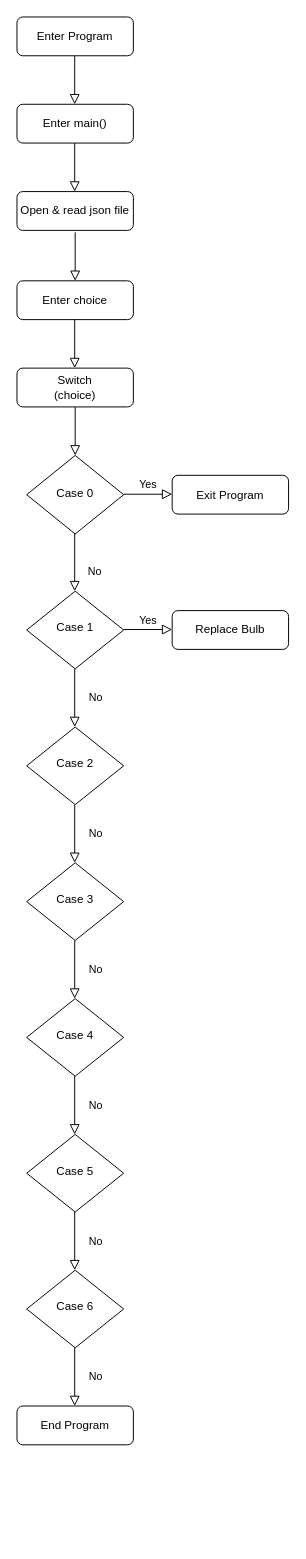
Bhawana15/betting_contract keeps this draw.io diagram as Untitled Diagram.drawio. Above is the earlier version. Source tidied: cells renumbered, new cells numbered last; positions are measured from the earlier drawing's top-left corner, leaving out a move shared by most shapes. Both pictures are drawn from the tidied source at 97%, with x=0, y=0 at pixel (16, 16).
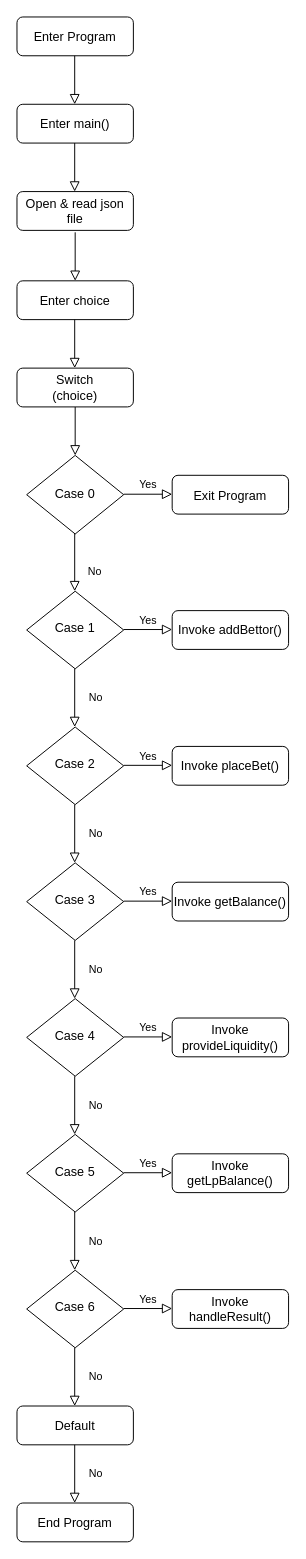
The same diagram, later.

What changed in the source:
```diff
@@
-    <mxCell id="3" value="Switch&lt;br&gt;(choice)" style="rounded=1;whiteSpace=wrap;html=1;fontSize=12;glass=0;strokeWidth=1;shadow=0;" parent="1" vertex="1">
+    <mxCell id="3" value="&lt;font style=&quot;font-size: 13px&quot;&gt;Switch&lt;br&gt;(choice)&lt;/font&gt;" style="rounded=1;whiteSpace=wrap;html=1;fontSize=12;glass=0;strokeWidth=1;shadow=0;" parent="1" vertex="1">
       <mxGeometry y="362" width="120" height="40" as="geometry" />
     </mxCell>
-    <mxCell id="4" value="Case 0" style="rhombus;whiteSpace=wrap;html=1;shadow=0;fontFamily=Helvetica;fontSize=12;align=center;strokeWidth=1;spacing=6;spacingTop=-4;" parent="1" vertex="1">
+    <mxCell id="4" value="&lt;font style=&quot;font-size: 13px&quot;&gt;Case 0&lt;/font&gt;" style="rhombus;whiteSpace=wrap;html=1;shadow=0;fontFamily=Helvetica;fontSize=12;align=center;strokeWidth=1;spacing=6;spacingTop=-4;" parent="1" vertex="1">
       <mxGeometry x="10" y="452" width="100" height="81" as="geometry" />
     </mxCell>
-    <mxCell id="5" value="Exit Program" style="rounded=1;whiteSpace=wrap;html=1;fontSize=12;glass=0;strokeWidth=1;shadow=0;" parent="1" vertex="1">
+    <mxCell id="5" value="&lt;font style=&quot;font-size: 13px&quot;&gt;Exit Program&lt;/font&gt;" style="rounded=1;whiteSpace=wrap;html=1;fontSize=12;glass=0;strokeWidth=1;shadow=0;" parent="1" vertex="1">
       <mxGeometry x="160" y="472.5" width="120" height="40" as="geometry" />
     </mxCell>
-    <mxCell id="6" value="Case 1" style="rhombus;whiteSpace=wrap;html=1;shadow=0;fontFamily=Helvetica;fontSize=12;align=center;strokeWidth=1;spacing=6;spacingTop=-4;" parent="1" vertex="1">
+    <mxCell id="6" value="&lt;font style=&quot;font-size: 13px&quot;&gt;Case 1&lt;/font&gt;" style="rhombus;whiteSpace=wrap;html=1;shadow=0;fontFamily=Helvetica;fontSize=12;align=center;strokeWidth=1;spacing=6;spacingTop=-4;" parent="1" vertex="1">
       <mxGeometry x="10" y="592" width="100" height="80" as="geometry" />
     </mxCell>
-    <mxCell id="7" value="End Program" style="rounded=1;whiteSpace=wrap;html=1;fontSize=12;glass=0;strokeWidth=1;shadow=0;" parent="1" vertex="1">
+    <mxCell id="7" value="&lt;span style=&quot;font-size: 13px&quot;&gt;Default&lt;/span&gt;" style="rounded=1;whiteSpace=wrap;html=1;fontSize=12;glass=0;strokeWidth=1;shadow=0;" parent="1" vertex="1">
       <mxGeometry y="1432" width="120" height="40" as="geometry" />
     </mxCell>
-    <mxCell id="8" value="Replace Bulb" style="rounded=1;whiteSpace=wrap;html=1;fontSize=12;glass=0;strokeWidth=1;shadow=0;" parent="1" vertex="1">
+    <mxCell id="8" value="&lt;font style=&quot;font-size: 13px&quot;&gt;Invoke addBettor()&lt;/font&gt;" style="rounded=1;whiteSpace=wrap;html=1;fontSize=12;glass=0;strokeWidth=1;shadow=0;" parent="1" vertex="1">
       <mxGeometry x="160" y="612" width="120" height="40" as="geometry" />
     </mxCell>
-    <mxCell id="9" value="Enter choice" style="rounded=1;whiteSpace=wrap;html=1;fontSize=12;glass=0;strokeWidth=1;shadow=0;" parent="1" vertex="1">
+    <mxCell id="9" value="&lt;font style=&quot;font-size: 13px&quot;&gt;Enter choice&lt;/font&gt;" style="rounded=1;whiteSpace=wrap;html=1;fontSize=12;glass=0;strokeWidth=1;shadow=0;" parent="1" vertex="1">
       <mxGeometry y="272" width="120" height="40" as="geometry" />
     </mxCell>
-    <mxCell id="10" value="Enter Program" style="rounded=1;whiteSpace=wrap;html=1;fontSize=12;glass=0;strokeWidth=1;shadow=0;" parent="1" vertex="1">
+    <mxCell id="10" value="&lt;font style=&quot;font-size: 13px&quot;&gt;Enter Program&lt;/font&gt;" style="rounded=1;whiteSpace=wrap;html=1;fontSize=12;glass=0;strokeWidth=1;shadow=0;" parent="1" vertex="1">
       <mxGeometry width="120" height="40" as="geometry" />
     </mxCell>
@@
-    <mxCell id="12" value="Case 2" style="rhombus;whiteSpace=wrap;html=1;shadow=0;fontFamily=Helvetica;fontSize=12;align=center;strokeWidth=1;spacing=6;spacingTop=-4;" parent="1" vertex="1">
+    <mxCell id="12" value="&lt;font style=&quot;font-size: 13px&quot;&gt;Case 2&lt;/font&gt;" style="rhombus;whiteSpace=wrap;html=1;shadow=0;fontFamily=Helvetica;fontSize=12;align=center;strokeWidth=1;spacing=6;spacingTop=-4;" parent="1" vertex="1">
       <mxGeometry x="10" y="732" width="100" height="80" as="geometry" />
     </mxCell>
-    <mxCell id="13" value="Case 3" style="rhombus;whiteSpace=wrap;html=1;shadow=0;fontFamily=Helvetica;fontSize=12;align=center;strokeWidth=1;spacing=6;spacingTop=-4;" parent="1" vertex="1">
+    <mxCell id="13" value="&lt;font style=&quot;font-size: 13px&quot;&gt;Case 3&lt;/font&gt;" style="rhombus;whiteSpace=wrap;html=1;shadow=0;fontFamily=Helvetica;fontSize=12;align=center;strokeWidth=1;spacing=6;spacingTop=-4;" parent="1" vertex="1">
       <mxGeometry x="10" y="872" width="100" height="80" as="geometry" />
     </mxCell>
-    <mxCell id="14" value="Case 4" style="rhombus;whiteSpace=wrap;html=1;shadow=0;fontFamily=Helvetica;fontSize=12;align=center;strokeWidth=1;spacing=6;spacingTop=-4;" parent="1" vertex="1">
+    <mxCell id="14" value="&lt;font style=&quot;font-size: 13px&quot;&gt;Case 4&lt;/font&gt;" style="rhombus;whiteSpace=wrap;html=1;shadow=0;fontFamily=Helvetica;fontSize=12;align=center;strokeWidth=1;spacing=6;spacingTop=-4;" parent="1" vertex="1">
       <mxGeometry x="10" y="1012" width="100" height="80" as="geometry" />
     </mxCell>
-    <mxCell id="15" value="Case 5" style="rhombus;whiteSpace=wrap;html=1;shadow=0;fontFamily=Helvetica;fontSize=12;align=center;strokeWidth=1;spacing=6;spacingTop=-4;" parent="1" vertex="1">
+    <mxCell id="15" value="&lt;font style=&quot;font-size: 13px&quot;&gt;Case 5&lt;/font&gt;" style="rhombus;whiteSpace=wrap;html=1;shadow=0;fontFamily=Helvetica;fontSize=12;align=center;strokeWidth=1;spacing=6;spacingTop=-4;" parent="1" vertex="1">
       <mxGeometry x="10" y="1152" width="100" height="80" as="geometry" />
     </mxCell>
@@
-    <mxCell id="25" value="Case 6" style="rhombus;whiteSpace=wrap;html=1;shadow=0;fontFamily=Helvetica;fontSize=12;align=center;strokeWidth=1;spacing=6;spacingTop=-4;" parent="1" vertex="1">
+    <mxCell id="25" value="&lt;font style=&quot;font-size: 13px&quot;&gt;Case 6&lt;/font&gt;" style="rhombus;whiteSpace=wrap;html=1;shadow=0;fontFamily=Helvetica;fontSize=12;align=center;strokeWidth=1;spacing=6;spacingTop=-4;" parent="1" vertex="1">
       <mxGeometry x="10" y="1292" width="100" height="80" as="geometry" />
     </mxCell>
@@
-    <mxCell id="27" value="Enter main()" style="rounded=1;whiteSpace=wrap;html=1;fontSize=12;glass=0;strokeWidth=1;shadow=0;" parent="1" vertex="1">
+    <mxCell id="27" value="&lt;font style=&quot;font-size: 13px&quot;&gt;Enter main()&lt;/font&gt;" style="rounded=1;whiteSpace=wrap;html=1;fontSize=12;glass=0;strokeWidth=1;shadow=0;" parent="1" vertex="1">
       <mxGeometry y="90" width="120" height="40" as="geometry" />
     </mxCell>
@@
-    <mxCell id="29" value="Open &amp;amp; read json file" style="rounded=1;whiteSpace=wrap;html=1;fontSize=12;glass=0;strokeWidth=1;shadow=0;" parent="1" vertex="1">
+    <mxCell id="29" value="&lt;font style=&quot;font-size: 13px&quot;&gt;Open &amp;amp; read json file&lt;/font&gt;" style="rounded=1;whiteSpace=wrap;html=1;fontSize=12;glass=0;strokeWidth=1;shadow=0;" parent="1" vertex="1">
       <mxGeometry y="180" width="120" height="40" as="geometry" />
     </mxCell>
@@
+    <mxCell id="31" value="Yes" style="edgeStyle=orthogonalEdgeStyle;rounded=0;html=1;jettySize=auto;orthogonalLoop=1;fontSize=11;endArrow=block;endFill=0;endSize=8;strokeWidth=1;shadow=0;labelBackgroundColor=none;" parent="1" edge="1">
+      <mxGeometry y="10" relative="1" as="geometry">
+        <mxPoint x="110" y="771.5" as="sourcePoint" />
+        <mxPoint x="160" y="771.5" as="targetPoint" />
+      </mxGeometry>
+    </mxCell>
+    <mxCell id="32" value="Yes" style="edgeStyle=orthogonalEdgeStyle;rounded=0;html=1;jettySize=auto;orthogonalLoop=1;fontSize=11;endArrow=block;endFill=0;endSize=8;strokeWidth=1;shadow=0;labelBackgroundColor=none;" parent="1" edge="1">
+      <mxGeometry y="10" relative="1" as="geometry">
+        <mxPoint x="110" y="911.5" as="sourcePoint" />
+        <mxPoint x="160" y="911.5" as="targetPoint" />
+      </mxGeometry>
+    </mxCell>
+    <mxCell id="33" value="Yes" style="edgeStyle=orthogonalEdgeStyle;rounded=0;html=1;jettySize=auto;orthogonalLoop=1;fontSize=11;endArrow=block;endFill=0;endSize=8;strokeWidth=1;shadow=0;labelBackgroundColor=none;" parent="1" edge="1">
+      <mxGeometry y="10" relative="1" as="geometry">
+        <mxPoint x="110" y="1051.5" as="sourcePoint" />
+        <mxPoint x="160" y="1051.5" as="targetPoint" />
+      </mxGeometry>
+    </mxCell>
+    <mxCell id="34" value="Yes" style="edgeStyle=orthogonalEdgeStyle;rounded=0;html=1;jettySize=auto;orthogonalLoop=1;fontSize=11;endArrow=block;endFill=0;endSize=8;strokeWidth=1;shadow=0;labelBackgroundColor=none;" parent="1" edge="1">
+      <mxGeometry y="10" relative="1" as="geometry">
+        <mxPoint x="110" y="1191.5" as="sourcePoint" />
+        <mxPoint x="160" y="1191.5" as="targetPoint" />
+      </mxGeometry>
+    </mxCell>
+    <mxCell id="35" value="Yes" style="edgeStyle=orthogonalEdgeStyle;rounded=0;html=1;jettySize=auto;orthogonalLoop=1;fontSize=11;endArrow=block;endFill=0;endSize=8;strokeWidth=1;shadow=0;labelBackgroundColor=none;" parent="1" edge="1">
+      <mxGeometry y="10" relative="1" as="geometry">
+        <mxPoint x="110" y="1331.5" as="sourcePoint" />
+        <mxPoint x="160" y="1331.5" as="targetPoint" />
+      </mxGeometry>
+    </mxCell>
+    <mxCell id="36" value="&lt;font style=&quot;font-size: 13px&quot;&gt;Invoke handleResult()&lt;/font&gt;" style="rounded=1;whiteSpace=wrap;html=1;fontSize=12;glass=0;strokeWidth=1;shadow=0;" parent="1" vertex="1">
+      <mxGeometry x="160" y="1312" width="120" height="40" as="geometry" />
+    </mxCell>
+    <mxCell id="37" value="&lt;font style=&quot;font-size: 13px&quot;&gt;Invoke getLpBalance()&lt;/font&gt;" style="rounded=1;whiteSpace=wrap;html=1;fontSize=12;glass=0;strokeWidth=1;shadow=0;" parent="1" vertex="1">
+      <mxGeometry x="160" y="1172" width="120" height="40" as="geometry" />
+    </mxCell>
+    <mxCell id="38" value="&lt;font style=&quot;font-size: 13px&quot;&gt;Invoke provideLiquidity()&lt;/font&gt;" style="rounded=1;whiteSpace=wrap;html=1;fontSize=12;glass=0;strokeWidth=1;shadow=0;" parent="1" vertex="1">
+      <mxGeometry x="160" y="1032" width="120" height="40" as="geometry" />
+    </mxCell>
+    <mxCell id="39" value="&lt;font style=&quot;font-size: 13px&quot;&gt;Invoke getBalance()&lt;/font&gt;" style="rounded=1;whiteSpace=wrap;html=1;fontSize=12;glass=0;strokeWidth=1;shadow=0;" parent="1" vertex="1">
+      <mxGeometry x="160" y="892" width="120" height="40" as="geometry" />
+    </mxCell>
+    <mxCell id="40" value="&lt;font style=&quot;font-size: 13px&quot;&gt;Invoke placeBet()&lt;/font&gt;" style="rounded=1;whiteSpace=wrap;html=1;fontSize=12;glass=0;strokeWidth=1;shadow=0;" parent="1" vertex="1">
+      <mxGeometry x="160" y="752" width="120" height="40" as="geometry" />
+    </mxCell>
+    <mxCell id="41" value="&lt;font style=&quot;font-size: 13px&quot;&gt;End Program&lt;/font&gt;" style="rounded=1;whiteSpace=wrap;html=1;fontSize=12;glass=0;strokeWidth=1;shadow=0;" parent="1" vertex="1">
+      <mxGeometry y="1532" width="120" height="40" as="geometry" />
+    </mxCell>
+    <mxCell id="42" value="No" style="rounded=0;html=1;jettySize=auto;orthogonalLoop=1;fontSize=11;endArrow=block;endFill=0;endSize=8;strokeWidth=1;shadow=0;labelBackgroundColor=none;edgeStyle=orthogonalEdgeStyle;" parent="1" edge="1">
+      <mxGeometry y="21" relative="1" as="geometry">
+        <mxPoint x="59.5" y="1472" as="sourcePoint" />
+        <mxPoint x="59.5" y="1532" as="targetPoint" />
+      </mxGeometry>
+    </mxCell>
```
